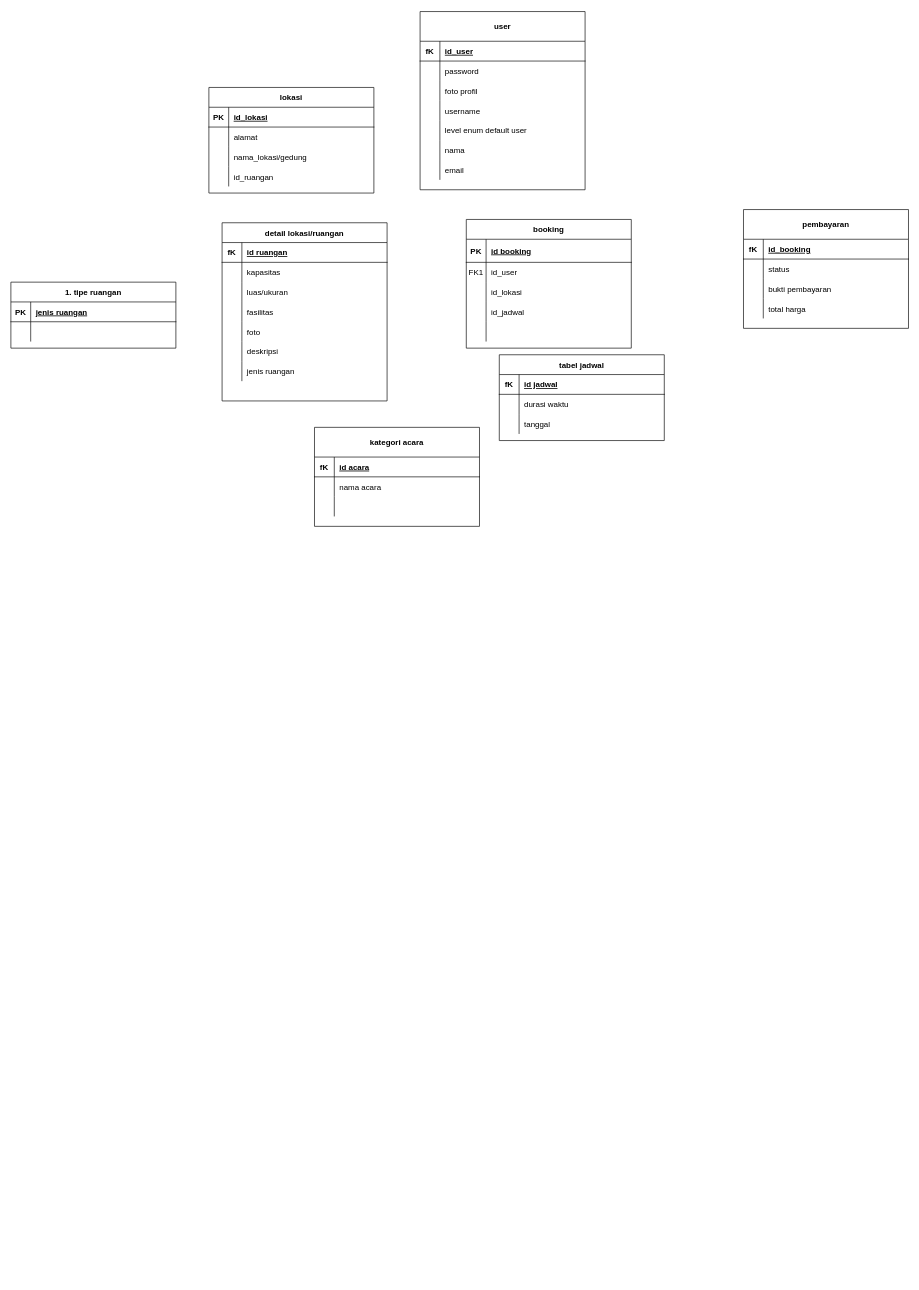
ardya6/erd-dfd keeps this draw.io diagram as erd.drawio. Above is the earlier version. Source tidied: cells renumbered, new cells numbered last; positions are measured from the earlier drawing's top-left corner, leaving out a move shared by most shapes. Both pictures are drawn from the tidied source at 66%, with x=0, y=0 at pixel (11, 11).
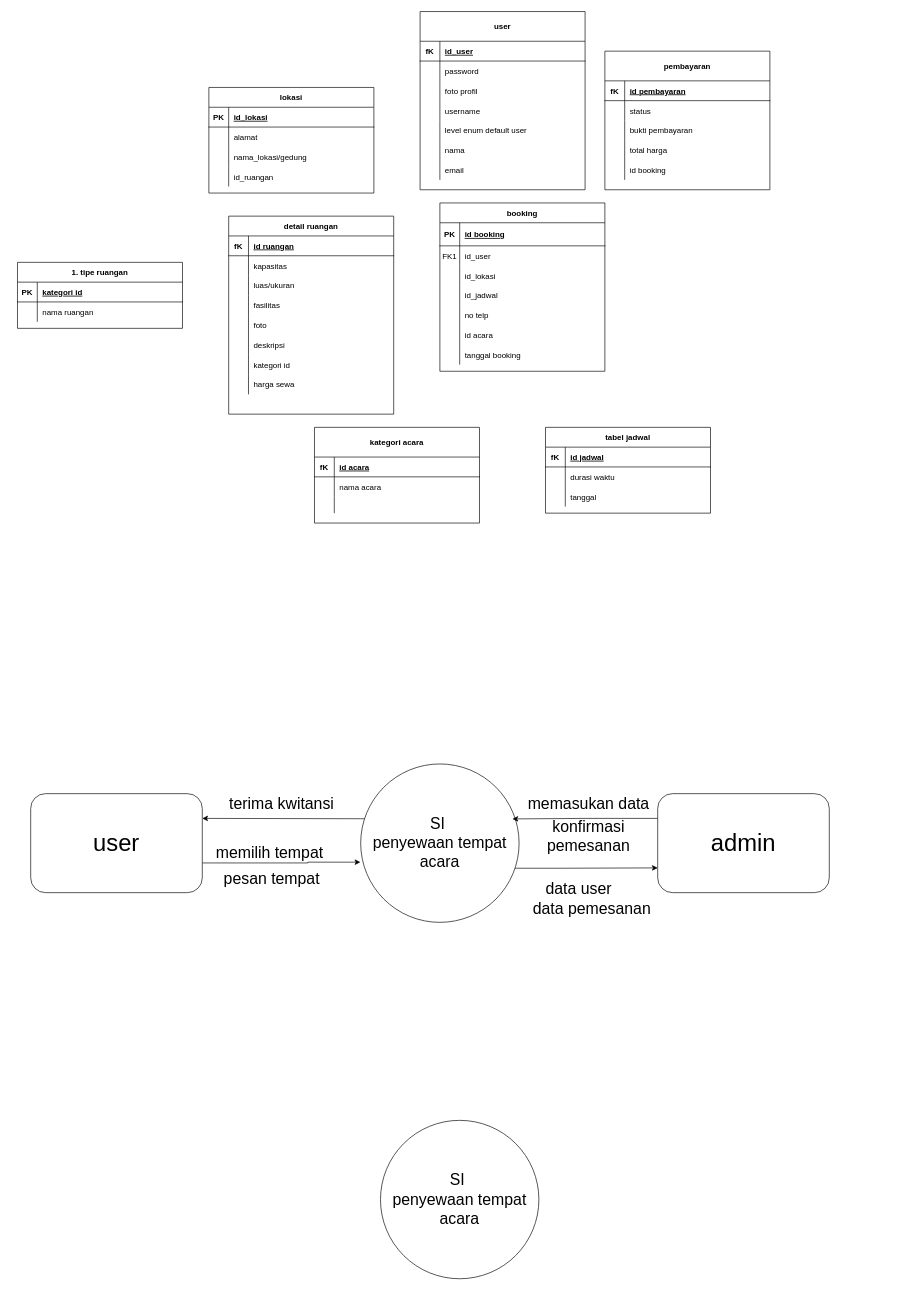
The same diagram, later.

The change refers to these unchanged cells:
```xml
<mxCell id="15" style="shape=partialRectangle;fillColor=none;top=0;left=0;right=0;bottom=0;" parent="2" vertex="1">
  <mxGeometry y="155" width="250" height="30" as="geometry" />
</mxCell>
<mxCell id="32" style="shape=partialRectangle;fillColor=none;top=0;left=0;right=0;bottom=1;" parent="31" vertex="1">
  <mxGeometry y="30" width="250" height="30" as="geometry" />
</mxCell>
<mxCell id="35" style="shape=partialRectangle;fillColor=none;top=0;left=0;right=0;bottom=0;" parent="31" vertex="1">
  <mxGeometry y="60" width="250" height="30" as="geometry" />
</mxCell>
<mxCell id="57" style="shape=partialRectangle;fillColor=none;top=0;left=0;right=0;bottom=0;" parent="38" vertex="1">
  <mxGeometry y="210" width="250" height="30" as="geometry" />
</mxCell>
<mxCell id="93" style="shape=partialRectangle;fillColor=none;top=0;left=0;right=0;bottom=1;" parent="92" vertex="1">
  <mxGeometry y="45" width="250" height="30" as="geometry" />
</mxCell>
```

Diff of the diagram source:
```diff
@@
     <mxCell id="2" value="booking" style="shape=table;startSize=30;childLayout=tableLayout;rowLines=0;fontStyle=1;align=center;" parent="1" vertex="1">
-      <mxGeometry x="690" y="315" width="250" height="195" as="geometry" />
+      <mxGeometry x="650" y="290" width="250" height="255" as="geometry" />
     </mxCell>
@@
-    <mxCell id="17" style="shape=partialRectangle;overflow=hidden;fillColor=none;top=0;left=0;bottom=0;right=0;align=left;spacingLeft=6;" parent="15" vertex="1">
+    <mxCell id="17" value="no telp" style="shape=partialRectangle;overflow=hidden;fillColor=none;top=0;left=0;bottom=0;right=0;align=left;spacingLeft=6;" parent="15" vertex="1">
       <mxGeometry x="30" width="220" height="30" as="geometry" />
     </mxCell>
+    <mxCell id="115" style="shape=partialRectangle;fillColor=none;top=0;left=0;right=0;bottom=0;" parent="2" vertex="1">
+      <mxGeometry y="185" width="250" height="30" as="geometry" />
+    </mxCell>
+    <mxCell id="116" style="shape=partialRectangle;overflow=hidden;fillColor=none;top=0;left=0;bottom=0;right=0;" parent="115" vertex="1">
+      <mxGeometry width="30" height="30" as="geometry" />
+    </mxCell>
+    <mxCell id="117" value="id acara" style="shape=partialRectangle;overflow=hidden;fillColor=none;top=0;left=0;bottom=0;right=0;align=left;spacingLeft=6;" parent="115" vertex="1">
+      <mxGeometry x="30" width="220" height="30" as="geometry" />
+    </mxCell>
+    <mxCell id="118" style="shape=partialRectangle;fillColor=none;top=0;left=0;right=0;bottom=0;" parent="2" vertex="1">
+      <mxGeometry y="215" width="250" height="30" as="geometry" />
+    </mxCell>
+    <mxCell id="119" style="shape=partialRectangle;overflow=hidden;fillColor=none;top=0;left=0;bottom=0;right=0;" parent="118" vertex="1">
+      <mxGeometry width="30" height="30" as="geometry" />
+    </mxCell>
+    <mxCell id="120" value="tanggal booking" style="shape=partialRectangle;overflow=hidden;fillColor=none;top=0;left=0;bottom=0;right=0;align=left;spacingLeft=6;" parent="118" vertex="1">
+      <mxGeometry x="30" width="220" height="30" as="geometry" />
+    </mxCell>
@@
     <mxCell id="31" value="1. tipe ruangan" style="shape=table;startSize=30;childLayout=tableLayout;rowLines=0;fontStyle=1;align=center;" parent="1" vertex="1">
-      <mxGeometry y="410" width="250" height="100" as="geometry" />
+      <mxGeometry x="10" y="380" width="250" height="100" as="geometry" />
     </mxCell>
@@
-    <mxCell id="34" value="jenis ruangan" style="shape=partialRectangle;overflow=hidden;fillColor=none;top=0;left=0;bottom=0;right=0;align=left;spacingLeft=6;fontStyle=5;" parent="32" vertex="1">
+    <mxCell id="34" value="kategori id" style="shape=partialRectangle;overflow=hidden;fillColor=none;top=0;left=0;bottom=0;right=0;align=left;spacingLeft=6;fontStyle=5;" parent="32" vertex="1">
       <mxGeometry x="30" width="220" height="30" as="geometry" />
     </mxCell>
@@
-    <mxCell id="37" style="shape=partialRectangle;overflow=hidden;fillColor=none;top=0;left=0;bottom=0;right=0;align=left;spacingLeft=6;" parent="35" vertex="1">
+    <mxCell id="37" value="nama ruangan" style="shape=partialRectangle;overflow=hidden;fillColor=none;top=0;left=0;bottom=0;right=0;align=left;spacingLeft=6;" parent="35" vertex="1">
       <mxGeometry x="30" width="220" height="30" as="geometry" />
     </mxCell>
-    <mxCell id="38" value="detail lokasi/ruangan" style="shape=table;startSize=30;childLayout=tableLayout;rowLines=0;fontStyle=1;align=center;" parent="1" vertex="1">
-      <mxGeometry x="320" y="320" width="250" height="270" as="geometry" />
+    <mxCell id="38" value="detail ruangan" style="shape=table;startSize=30;childLayout=tableLayout;rowLines=0;fontStyle=1;align=center;" parent="1" vertex="1">
+      <mxGeometry x="330" y="310" width="250" height="300" as="geometry" />
     </mxCell>
@@
-    <mxCell id="59" value="jenis ruangan" style="shape=partialRectangle;overflow=hidden;fillColor=none;top=0;left=0;bottom=0;right=0;align=left;spacingLeft=6;" parent="57" vertex="1">
+    <mxCell id="59" value="kategori id" style="shape=partialRectangle;overflow=hidden;fillColor=none;top=0;left=0;bottom=0;right=0;align=left;spacingLeft=6;" parent="57" vertex="1">
       <mxGeometry x="30" width="220" height="30" as="geometry" />
     </mxCell>
+    <mxCell id="121" style="shape=partialRectangle;fillColor=none;top=0;left=0;right=0;bottom=0;" parent="38" vertex="1">
+      <mxGeometry y="240" width="250" height="30" as="geometry" />
+    </mxCell>
+    <mxCell id="122" style="shape=partialRectangle;overflow=hidden;fillColor=none;top=0;left=0;bottom=0;right=0;" parent="121" vertex="1">
+      <mxGeometry width="30" height="30" as="geometry" />
+    </mxCell>
+    <mxCell id="123" value="harga sewa" style="shape=partialRectangle;overflow=hidden;fillColor=none;top=0;left=0;bottom=0;right=0;align=left;spacingLeft=6;" parent="121" vertex="1">
+      <mxGeometry x="30" width="220" height="30" as="geometry" />
+    </mxCell>
     <mxCell id="60" value="kategori acara" style="shape=table;startSize=45;childLayout=tableLayout;rowLines=0;fontStyle=1;align=center;" parent="1" vertex="1">
-      <mxGeometry x="460" y="630" width="250" height="150" as="geometry" />
+      <mxGeometry x="460" y="630" width="250" height="145" as="geometry" />
     </mxCell>
@@
     <mxCell id="67" style="shape=partialRectangle;fillColor=none;top=0;left=0;right=0;bottom=0;" parent="60" vertex="1">
-      <mxGeometry y="105" width="250" height="30" as="geometry" />
+      <mxGeometry y="105" width="250" height="25" as="geometry" />
     </mxCell>
     <mxCell id="68" style="shape=partialRectangle;overflow=hidden;fillColor=none;top=0;left=0;bottom=0;right=0;" parent="67" vertex="1">
-      <mxGeometry width="30" height="30" as="geometry" />
+      <mxGeometry width="30" height="25" as="geometry" />
     </mxCell>
     <mxCell id="69" style="shape=partialRectangle;overflow=hidden;fillColor=none;top=0;left=0;bottom=0;right=0;align=left;spacingLeft=6;" parent="67" vertex="1">
-      <mxGeometry x="30" width="220" height="30" as="geometry" />
+      <mxGeometry x="30" width="220" height="25" as="geometry" />
     </mxCell>
@@
     <mxCell id="92" value="pembayaran" style="shape=table;startSize=45;childLayout=tableLayout;rowLines=0;fontStyle=1;align=center;" parent="1" vertex="1">
-      <mxGeometry x="1110" y="300" width="250" height="180" as="geometry" />
+      <mxGeometry x="900" y="60" width="250" height="210" as="geometry" />
     </mxCell>
@@
-    <mxCell id="95" value="id_booking" style="shape=partialRectangle;overflow=hidden;fillColor=none;top=0;left=0;bottom=0;right=0;align=left;spacingLeft=6;fontStyle=5;" parent="93" vertex="1">
+    <mxCell id="95" value="id pembayaran" style="shape=partialRectangle;overflow=hidden;fillColor=none;top=0;left=0;bottom=0;right=0;align=left;spacingLeft=6;fontStyle=5;" parent="93" vertex="1">
       <mxGeometry x="30" width="220" height="30" as="geometry" />
     </mxCell>
@@
+    <mxCell id="124" style="shape=partialRectangle;fillColor=none;top=0;left=0;right=0;bottom=0;" parent="92" vertex="1">
+      <mxGeometry y="165" width="250" height="30" as="geometry" />
+    </mxCell>
+    <mxCell id="125" style="shape=partialRectangle;overflow=hidden;fillColor=none;top=0;left=0;bottom=0;right=0;" parent="124" vertex="1">
+      <mxGeometry width="30" height="30" as="geometry" />
+    </mxCell>
+    <mxCell id="126" value="id booking" style="shape=partialRectangle;overflow=hidden;fillColor=none;top=0;left=0;bottom=0;right=0;align=left;spacingLeft=6;" parent="124" vertex="1">
+      <mxGeometry x="30" width="220" height="30" as="geometry" />
+    </mxCell>
     <mxCell id="105" value="tabel jadwal" style="shape=table;startSize=30;childLayout=tableLayout;rowLines=0;fontStyle=1;align=center;" parent="1" vertex="1">
-      <mxGeometry x="740" y="520" width="250" height="130" as="geometry" />
+      <mxGeometry x="810" y="630" width="250" height="130" as="geometry" />
     </mxCell>
@@
+    <mxCell id="127" style="edgeStyle=elbowEdgeStyle;rounded=0;jettySize=auto;html=1;fontSize=24;entryX=0;entryY=0.75;entryDx=0;entryDy=0;" parent="1" edge="1" source="129" target="133">
+      <mxGeometry relative="1" as="geometry">
+        <Array as="points">
+          <mxPoint x="840" y="1298" />
+          <mxPoint x="930" y="1290" />
+          <mxPoint x="880" y="1290" />
+          <mxPoint x="920" y="1260" />
+        </Array>
+      </mxGeometry>
+    </mxCell>
+    <mxCell id="128" style="edgeStyle=elbowEdgeStyle;rounded=0;jettySize=auto;html=1;entryX=1;entryY=0.25;entryDx=0;entryDy=0;fontSize=24;" parent="1" edge="1" target="131">
+      <mxGeometry relative="1" as="geometry">
+        <mxPoint x="550" y="1223" as="sourcePoint" />
+        <Array as="points">
+          <mxPoint x="530" y="1210" />
+        </Array>
+      </mxGeometry>
+    </mxCell>
+    <mxCell id="129" value="&lt;font style=&quot;font-size: 24px;&quot;&gt;SI&amp;nbsp;&lt;br&gt;penyewaan tempat acara&lt;/font&gt;" style="ellipse;whiteSpace=wrap;html=1;" parent="1" vertex="1">
+      <mxGeometry x="530" y="1140" width="240" height="240" as="geometry" />
+    </mxCell>
+    <mxCell id="130" style="edgeStyle=elbowEdgeStyle;rounded=0;jettySize=auto;html=1;entryX=-0.002;entryY=0.62;entryDx=0;entryDy=0;fontSize=24;entryPerimeter=0;" parent="1" edge="1" source="131" target="129">
+      <mxGeometry relative="1" as="geometry">
+        <Array as="points">
+          <mxPoint x="450" y="1290" />
+        </Array>
+      </mxGeometry>
+    </mxCell>
+    <mxCell id="131" value="&lt;font style=&quot;font-size: 36px;&quot;&gt;user&lt;/font&gt;" style="rounded=1;whiteSpace=wrap;html=1;" parent="1" vertex="1">
+      <mxGeometry x="30" y="1185" width="260" height="150" as="geometry" />
+    </mxCell>
+    <mxCell id="132" style="edgeStyle=elbowEdgeStyle;rounded=0;jettySize=auto;html=1;exitX=0;exitY=0.25;exitDx=0;exitDy=0;entryX=0.958;entryY=0.347;entryDx=0;entryDy=0;entryPerimeter=0;fontSize=24;" parent="1" edge="1" source="133" target="129">
+      <mxGeometry relative="1" as="geometry" />
+    </mxCell>
+    <mxCell id="133" value="&lt;font style=&quot;font-size: 36px;&quot;&gt;admin&lt;/font&gt;" style="rounded=1;whiteSpace=wrap;html=1;" parent="1" vertex="1">
+      <mxGeometry x="980" y="1185" width="260" height="150" as="geometry" />
+    </mxCell>
+    <mxCell id="134" value="memilih tempat&amp;nbsp;" style="text;html=1;align=center;verticalAlign=middle;strokeColor=none;fillColor=none;fontSize=24;" parent="1" vertex="1">
+      <mxGeometry x="300" y="1255" width="190" height="40" as="geometry" />
+    </mxCell>
+    <mxCell id="135" value="memasukan data" style="text;html=1;align=center;verticalAlign=middle;strokeColor=none;fillColor=none;fontSize=24;" parent="1" vertex="1">
+      <mxGeometry x="770" y="1180" width="210" height="40" as="geometry" />
+    </mxCell>
+    <mxCell id="136" value="pesan tempat" style="text;html=1;align=center;verticalAlign=middle;strokeColor=none;fillColor=none;fontSize=24;" parent="1" vertex="1">
+      <mxGeometry x="310" y="1295" width="170" height="40" as="geometry" />
+    </mxCell>
+    <mxCell id="137" value="konfirmasi &lt;br&gt;pemesanan" style="text;html=1;align=center;verticalAlign=middle;strokeColor=none;fillColor=none;fontSize=24;" parent="1" vertex="1">
+      <mxGeometry x="800" y="1215" width="150" height="70" as="geometry" />
+    </mxCell>
+    <mxCell id="138" value="data user" style="text;html=1;align=center;verticalAlign=middle;strokeColor=none;fillColor=none;fontSize=24;" parent="1" vertex="1">
+      <mxGeometry x="800" y="1310" width="120" height="40" as="geometry" />
+    </mxCell>
+    <mxCell id="139" value="data pemesanan" style="text;html=1;align=center;verticalAlign=middle;strokeColor=none;fillColor=none;fontSize=24;" parent="1" vertex="1">
+      <mxGeometry x="780" y="1340" width="200" height="40" as="geometry" />
+    </mxCell>
+    <mxCell id="140" value="terima kwitansi" style="text;html=1;align=center;verticalAlign=middle;strokeColor=none;fillColor=none;fontSize=24;" parent="1" vertex="1">
+      <mxGeometry x="320" y="1180" width="180" height="40" as="geometry" />
+    </mxCell>
+    <mxCell id="141" value="&lt;font style=&quot;font-size: 24px;&quot;&gt;SI&amp;nbsp;&lt;br&gt;penyewaan tempat acara&lt;/font&gt;" style="ellipse;whiteSpace=wrap;html=1;" parent="1" vertex="1">
+      <mxGeometry x="560" y="1680" width="240" height="240" as="geometry" />
+    </mxCell>
```
